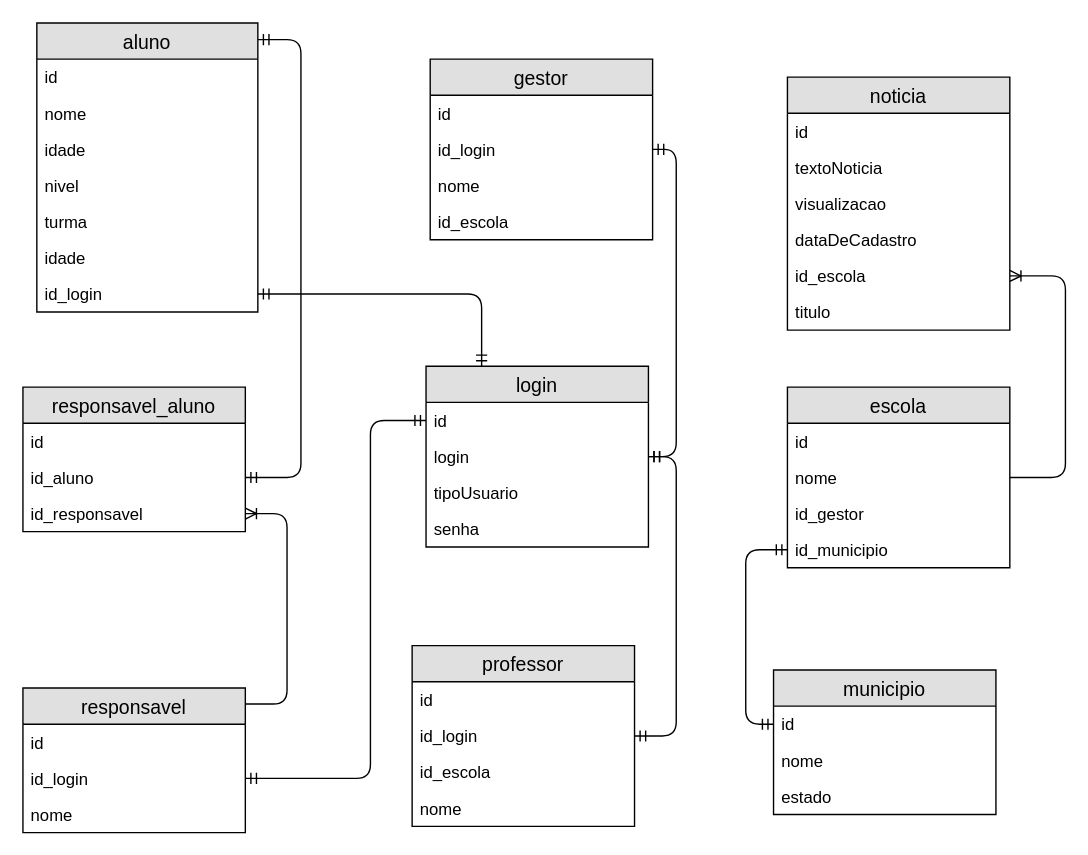
Above: ModeloRelacional.drawio in juliaguardiani/diagramas (draw.io), before the change. Source tidied: cells renumbered, new cells numbered last; positions are measured from the earlier drawing's top-left corner, leaving out a move shared by most shapes. Both pictures are drawn from the tidied source at 139%, with x=0, y=0 at pixel (22, 22).
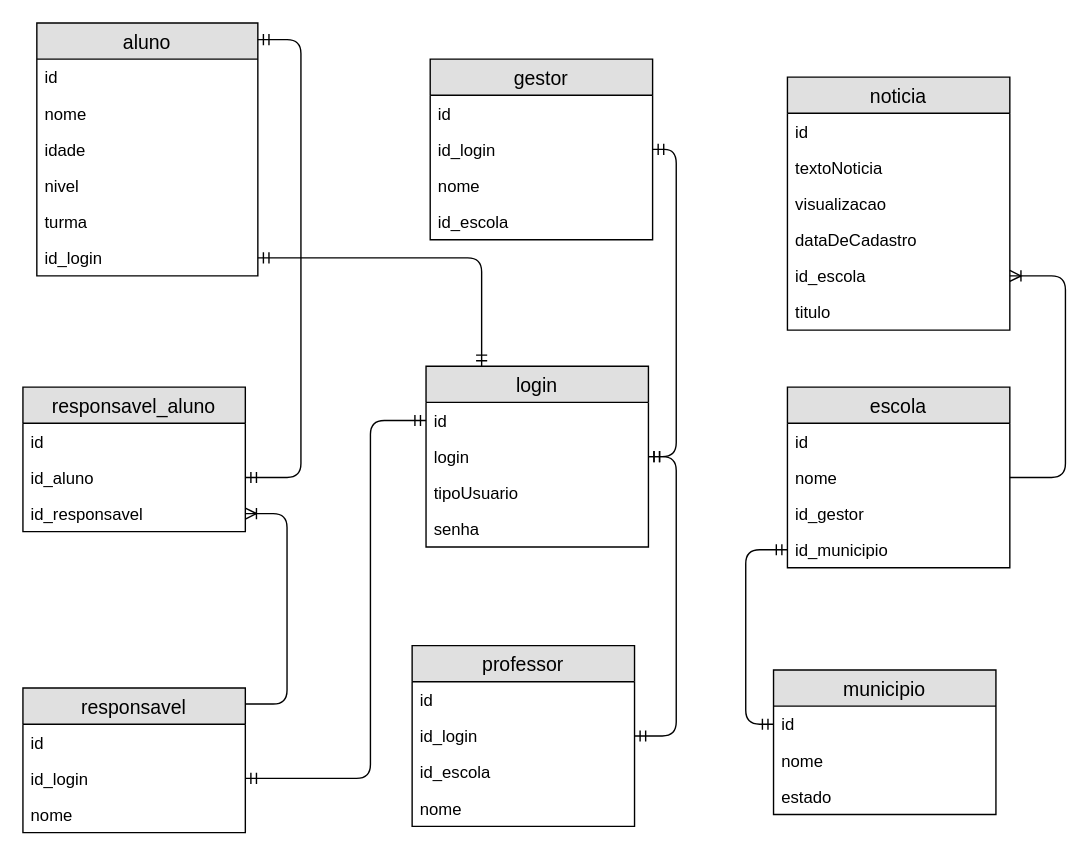
After the change.

Diff of the diagram source:
```diff
@@
     <mxCell id="12" value="aluno" style="swimlane;fontStyle=0;horizontal=1;startSize=26;fillColor=#e0e0e0;swimlaneFillColor=#ffffff;align=center;fontSize=14;" parent="1" vertex="1">
-      <mxGeometry x="10" width="159" height="208" as="geometry" />
+      <mxGeometry x="10" width="159" height="182" as="geometry" />
     </mxCell>
@@
-    <mxCell id="18" value="idade" style="text;strokeColor=none;fillColor=none;spacingLeft=4;spacingRight=4;overflow=hidden;fontSize=12;" parent="12" vertex="1">
-      <mxGeometry y="156" width="159" height="26" as="geometry" />
-    </mxCell>
     <mxCell id="19" value="id_login" style="text;strokeColor=none;fillColor=none;spacingLeft=4;spacingRight=4;overflow=hidden;points=[[0,0.5],[1,0.5]];portConstraint=eastwest;fontSize=12;" parent="12" vertex="1">
-      <mxGeometry y="182" width="159" height="26" as="geometry" />
+      <mxGeometry y="156" width="159" height="26" as="geometry" />
     </mxCell>
```
